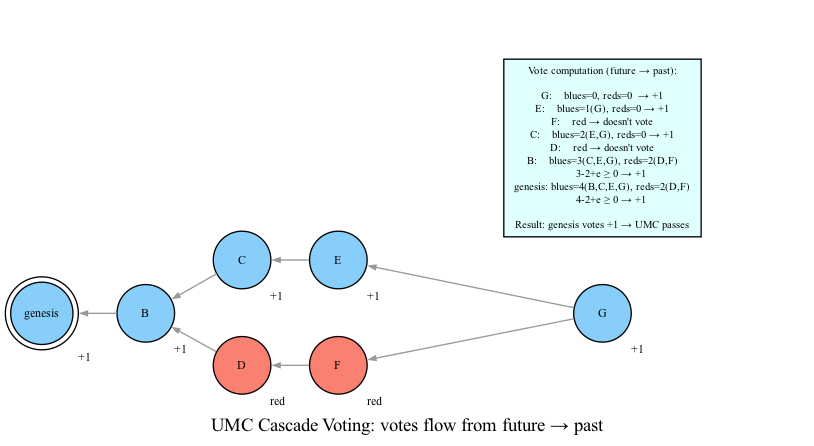
The Graphviz diagram png/08-umc-cascade.png in coderofstuff/dk-wiki, before a commit. Its source is kept beside it as dot/08-umc-cascade.dot. The source it was exported from:
```dot
digraph umc_cascade_example {
    rankdir=RL;
    nodesep=0.5;
    ranksep=0.4;
    node [shape=circle, style=filled, fontsize=9, width=0.6, height=0.6];
    edge [arrowsize=0.5, color=gray60];

    label="UMC Cascade Voting: votes flow from future → past";

    GEN [label="genesis", fillcolor=lightskyblue, shape=doublecircle, xlabel="+1"];
    B [label="B", fillcolor=lightskyblue, xlabel="+1"];
    C [label="C", fillcolor=lightskyblue, xlabel="+1"];
    D [label="D", fillcolor=salmon, xlabel="red"];
    E [label="E", fillcolor=lightskyblue, xlabel="+1"];
    F [label="F", fillcolor=salmon, xlabel="red"];
    G [label="G", fillcolor=lightskyblue, xlabel="+1"];

    G -> E;
    G -> F;
    F -> D;
    E -> C;
    D -> B;
    C -> B;
    B -> GEN;

    subgraph cluster_votes {
        style=invis;
        VOTES [label="Vote computation (future → past):\n\nG:    blues=0, reds=0  → +1\nE:    blues=1(G), reds=0 → +1\nF:    red → doesn't vote\nC:    blues=2(E,G), reds=0 → +1\nD:    red → doesn't vote\nB:    blues=3(C,E,G), reds=2(D,F)\n      3-2+e ≥ 0 → +1\ngenesis: blues=4(B,C,E,G), reds=2(D,F)\n      4-2+e ≥ 0 → +1\n\nResult: genesis votes +1 → UMC passes", shape=box, style=filled, fillcolor=lightcyan, fontsize=8];
    }
}
```
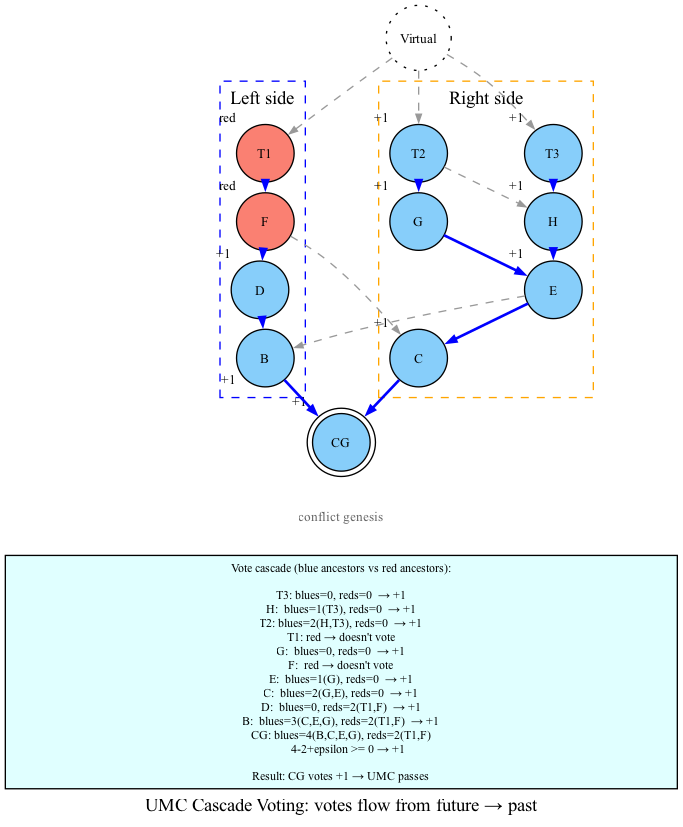
Later version of the same file.

Diff of the diagram source:
```diff
@@ -1,30 +1,65 @@
 digraph umc_cascade_example {
-    rankdir=RL;
-    nodesep=0.5;
-    ranksep=0.4;
-    node [shape=circle, style=filled, fontsize=9, width=0.6, height=0.6];
-    edge [arrowsize=0.5, color=gray60];
+    rankdir=TB;
+    nodesep=0.8;
+    ranksep=0.1;
+    node [shape=circle, style=filled, fontsize=10, width=0.6, height=0.6];
+    edge [arrowsize=0.6, color=gray60];
 
     label="UMC Cascade Voting: votes flow from future → past";
 
-    GEN [label="genesis", fillcolor=lightskyblue, shape=doublecircle, xlabel="+1"];
-    B [label="B", fillcolor=lightskyblue, xlabel="+1"];
-    C [label="C", fillcolor=lightskyblue, xlabel="+1"];
-    D [label="D", fillcolor=salmon, xlabel="red"];
-    E [label="E", fillcolor=lightskyblue, xlabel="+1"];
-    F [label="F", fillcolor=salmon, xlabel="red"];
-    G [label="G", fillcolor=lightskyblue, xlabel="+1"];
+    CG [label="CG", fillcolor=lightskyblue, shape=doublecircle, xlabel="+1"];
 
-    G -> E;
-    G -> F;
-    F -> D;
-    E -> C;
-    D -> B;
-    C -> B;
-    B -> GEN;
+    Virtual [label="Virtual", shape=circle, style=dotted, fillcolor=lightskyblue];
 
-    subgraph cluster_votes {
-        style=invis;
-        VOTES [label="Vote computation (future → past):\n\nG:    blues=0, reds=0  → +1\nE:    blues=1(G), reds=0 → +1\nF:    red → doesn't vote\nC:    blues=2(E,G), reds=0 → +1\nD:    red → doesn't vote\nB:    blues=3(C,E,G), reds=2(D,F)\n      3-2+e ≥ 0 → +1\ngenesis: blues=4(B,C,E,G), reds=2(D,F)\n      4-2+e ≥ 0 → +1\n\nResult: genesis votes +1 → UMC passes", shape=box, style=filled, fillcolor=lightcyan, fontsize=8];
+    subgraph cluster_left {
+        label="Left side";
+        labelloc=t;
+        style="dashed";
+        color=blue;
+        B [label="B", fillcolor=lightskyblue, xlabel="+1"];
+        D [label="D", fillcolor=lightskyblue, xlabel="+1"];
+        F [label="F", fillcolor=salmon, xlabel="red"];
+        T1 [label="T1", fillcolor=salmon, xlabel="red"];
     }
+
+    subgraph cluster_right {
+        label="Right side";
+        labelloc=t;
+        style="dashed";
+        color=orange;
+        C [label="C", fillcolor=lightskyblue, xlabel="+1"];
+        E [label="E", fillcolor=lightskyblue, xlabel="+1"];
+        G [label="G", fillcolor=lightskyblue, xlabel="+1"];
+        T2 [label="T2", fillcolor=lightskyblue, xlabel="+1"];
+        H [label="H", fillcolor=lightskyblue, xlabel="+1"];
+        T3 [label="T3", fillcolor=lightskyblue, xlabel="+1"];
+    }
+
+    CG_lbl [label="conflict genesis", shape=plaintext, style=filled, fillcolor=none, fontsize=10, fontcolor=gray40, width=0];
+
+    NOTE [label="Vote cascade (blue ancestors vs red ancestors):\n\nT3: blues=0, reds=0  → +1\nH:  blues=1(T3), reds=0  → +1\nT2: blues=2(H,T3), reds=0  → +1\nT1: red → doesn't vote\nG:  blues=0, reds=0  → +1\nF:  red → doesn't vote\nE:  blues=1(G), reds=0  → +1\nC:  blues=2(G,E), reds=0  → +1\nD:  blues=0, reds=2(T1,F)  → +1\nB:  blues=3(C,E,G), reds=2(T1,F)  → +1\nCG: blues=4(B,C,E,G), reds=2(T1,F)\n     4-2+epsilon >= 0 → +1\n\nResult: CG votes +1 → UMC passes", shape=box, style=filled, fillcolor=lightcyan, fontsize=9, width=7];
+
+    D -> B [color=blue, penwidth=2.0];
+    F -> D [color=blue, penwidth=2.0];
+    T1 -> F [color=blue, penwidth=2.0];
+    E -> C [color=blue, penwidth=2.0];
+    G -> E [color=blue, penwidth=2.0];
+    T2 -> G [color=blue, penwidth=2.0];
+    H -> E [color=blue, penwidth=2.0];
+    T3 -> H [color=blue, penwidth=2.0];
+
+    B -> CG [color=blue, penwidth=2.0];
+    C -> CG [color=blue, penwidth=2.0];
+
+    T2 -> H [color=gray60, penwidth=1.0, style=dashed];
+    F -> C [color=gray60, penwidth=1.0, style=dashed];
+    E -> B [color=gray60, penwidth=1.0, style=dashed];
+
+    CG -> CG_lbl [style=invis];
+    CG_lbl -> NOTE [style=invis];
+
+    Virtual -> T1 [color=gray60, penwidth=1.0, style=dashed];
+    Virtual -> T2 [color=gray60, penwidth=1.0, style=dashed];
+    Virtual -> T3 [color=gray60, penwidth=1.0, style=dashed];
+
 }
```
